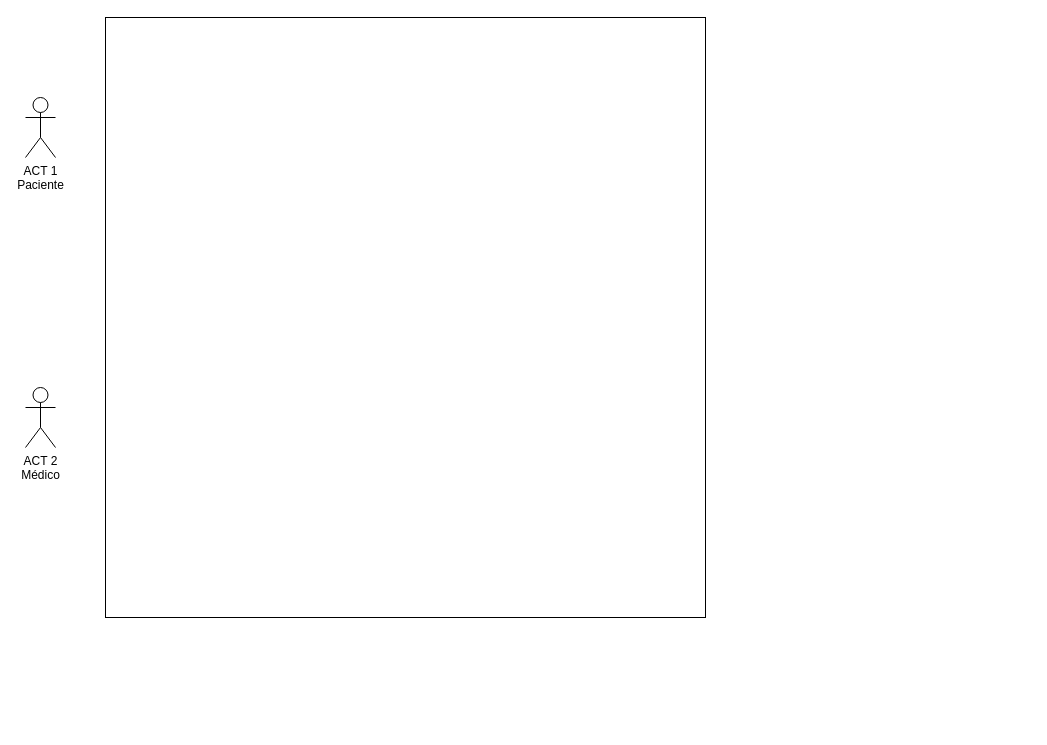
Above: page "CU" (1 of 2) of MET/CU NetDoc.drawio in NeutronBlast/IS-Ex (draw.io), before the change. Source tidied: cells renumbered, new cells numbered last; positions are measured from the earlier drawing's top-left corner, leaving out a move shared by most shapes. Both pictures are drawn from the tidied source at 100%, with x=0, y=0 at pixel (25, 17).
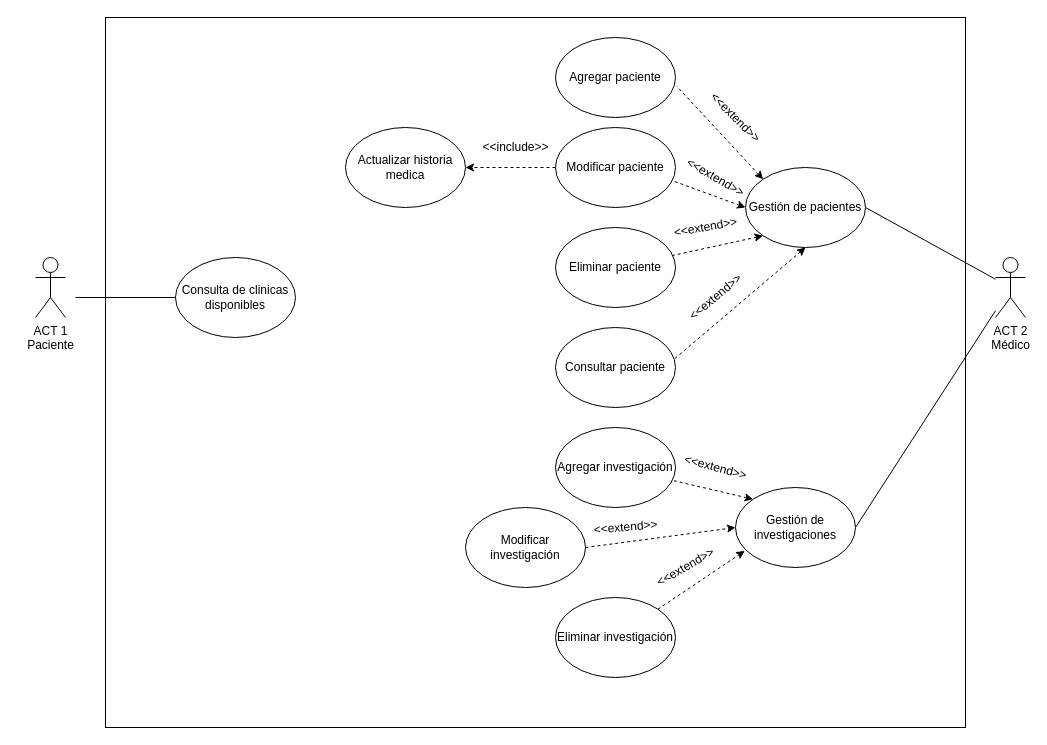
The same page after the edit.

The edit, as a diff of the source:
```diff
@@
     <mxCell id="2" value="ACT 1 &lt;br&gt;Paciente" style="shape=umlActor;verticalLabelPosition=bottom;labelBackgroundColor=#ffffff;verticalAlign=top;html=1;" parent="1" vertex="1">
-      <mxGeometry y="80" width="30" height="60" as="geometry" />
+      <mxGeometry x="10" y="240" width="30" height="60" as="geometry" />
     </mxCell>
     <mxCell id="3" value="ACT 2&lt;br&gt;Médico" style="shape=umlActor;verticalLabelPosition=bottom;labelBackgroundColor=#ffffff;verticalAlign=top;html=1;outlineConnect=0;" parent="1" vertex="1">
-      <mxGeometry y="370" width="30" height="60" as="geometry" />
+      <mxGeometry x="970" y="240" width="30" height="60" as="geometry" />
     </mxCell>
     <mxCell id="4" style="whiteSpace=wrap;html=1;" parent="1" vertex="1">
-      <mxGeometry x="80" width="600" height="600" as="geometry" />
+      <mxGeometry x="80" width="860" height="710" as="geometry" />
     </mxCell>
+    <mxCell id="5" style="rounded=0;jettySize=auto;html=1;exitX=0;exitY=0;exitDx=0;exitDy=0;endArrow=none;endFill=0;startArrow=classic;startFill=1;dashed=1;" parent="1" edge="1" source="7" target="24">
+      <mxGeometry relative="1" as="geometry" />
+    </mxCell>
+    <mxCell id="6" style="edgeStyle=none;rounded=0;jettySize=auto;html=1;exitX=1;exitY=0.5;exitDx=0;exitDy=0;startArrow=none;startFill=0;endArrow=none;endFill=0;" parent="1" edge="1" source="7" target="3">
+      <mxGeometry relative="1" as="geometry" />
+    </mxCell>
+    <mxCell id="7" value="Gestión de investigaciones" style="ellipse;whiteSpace=wrap;html=1;" parent="1" vertex="1">
+      <mxGeometry x="710" y="470" width="120" height="80" as="geometry" />
+    </mxCell>
+    <mxCell id="8" style="edgeStyle=none;rounded=0;jettySize=auto;html=1;exitX=0;exitY=0;exitDx=0;exitDy=0;entryX=1.01;entryY=0.608;entryDx=0;entryDy=0;entryPerimeter=0;dashed=1;startArrow=classic;startFill=1;endArrow=none;endFill=0;" parent="1" edge="1" source="13" target="19">
+      <mxGeometry relative="1" as="geometry" />
+    </mxCell>
+    <mxCell id="9" style="edgeStyle=none;rounded=0;jettySize=auto;html=1;exitX=0;exitY=0.5;exitDx=0;exitDy=0;entryX=0.99;entryY=0.673;entryDx=0;entryDy=0;entryPerimeter=0;dashed=1;startArrow=classic;startFill=1;endArrow=none;endFill=0;" parent="1" edge="1" source="13" target="21">
+      <mxGeometry relative="1" as="geometry" />
+    </mxCell>
+    <mxCell id="10" style="edgeStyle=none;rounded=0;jettySize=auto;html=1;exitX=0;exitY=1;exitDx=0;exitDy=0;dashed=1;startArrow=classic;startFill=1;endArrow=none;endFill=0;" parent="1" edge="1" source="13" target="17">
+      <mxGeometry relative="1" as="geometry" />
+    </mxCell>
+    <mxCell id="11" style="edgeStyle=none;rounded=0;jettySize=auto;html=1;exitX=0.5;exitY=1;exitDx=0;exitDy=0;entryX=0.983;entryY=0.403;entryDx=0;entryDy=0;entryPerimeter=0;dashed=1;startArrow=classic;startFill=1;endArrow=none;endFill=0;" parent="1" edge="1" source="13" target="18">
+      <mxGeometry relative="1" as="geometry" />
+    </mxCell>
+    <mxCell id="12" style="edgeStyle=none;rounded=0;jettySize=auto;html=1;exitX=1;exitY=0.5;exitDx=0;exitDy=0;startArrow=none;startFill=0;endArrow=none;endFill=0;" parent="1" edge="1" source="13" target="3">
+      <mxGeometry relative="1" as="geometry" />
+    </mxCell>
+    <mxCell id="13" value="Gestión de pacientes" style="ellipse;whiteSpace=wrap;html=1;" parent="1" vertex="1">
+      <mxGeometry x="720" y="150" width="120" height="80" as="geometry" />
+    </mxCell>
+    <mxCell id="14" style="edgeStyle=none;rounded=0;jettySize=auto;html=1;exitX=0;exitY=0.5;exitDx=0;exitDy=0;startArrow=none;startFill=0;endArrow=none;endFill=0;" parent="1" edge="1" source="15">
+      <mxGeometry relative="1" as="geometry">
+        <mxPoint x="50" y="280" as="targetPoint" />
+      </mxGeometry>
+    </mxCell>
+    <mxCell id="15" value="Consulta de clinicas disponibles" style="ellipse;whiteSpace=wrap;html=1;" parent="1" vertex="1">
+      <mxGeometry x="150" y="240" width="120" height="80" as="geometry" />
+    </mxCell>
+    <mxCell id="16" value="Actualizar historia medica" style="ellipse;whiteSpace=wrap;html=1;" parent="1" vertex="1">
+      <mxGeometry x="320" y="110" width="120" height="80" as="geometry" />
+    </mxCell>
+    <mxCell id="17" value="Eliminar paciente" style="ellipse;whiteSpace=wrap;html=1;" parent="1" vertex="1">
+      <mxGeometry x="530" y="210" width="120" height="80" as="geometry" />
+    </mxCell>
+    <mxCell id="18" value="Consultar paciente" style="ellipse;whiteSpace=wrap;html=1;" parent="1" vertex="1">
+      <mxGeometry x="530" y="310" width="120" height="80" as="geometry" />
+    </mxCell>
+    <mxCell id="19" value="Agregar paciente" style="ellipse;whiteSpace=wrap;html=1;" parent="1" vertex="1">
+      <mxGeometry x="530" y="20" width="120" height="80" as="geometry" />
+    </mxCell>
+    <mxCell id="20" style="edgeStyle=none;rounded=0;jettySize=auto;html=1;exitX=0;exitY=0.5;exitDx=0;exitDy=0;entryX=1;entryY=0.5;entryDx=0;entryDy=0;dashed=1;startArrow=none;startFill=0;endArrow=classic;endFill=1;" parent="1" edge="1" source="21" target="16">
+      <mxGeometry relative="1" as="geometry" />
+    </mxCell>
+    <mxCell id="21" value="Modificar paciente" style="ellipse;whiteSpace=wrap;html=1;" parent="1" vertex="1">
+      <mxGeometry x="530" y="110" width="120" height="80" as="geometry" />
+    </mxCell>
+    <mxCell id="22" style="edgeStyle=none;rounded=0;jettySize=auto;html=1;entryX=0.077;entryY=0.793;entryDx=0;entryDy=0;entryPerimeter=0;startArrow=none;startFill=0;endArrow=classic;endFill=1;dashed=1;" parent="1" edge="1" source="23" target="7">
+      <mxGeometry relative="1" as="geometry" />
+    </mxCell>
+    <mxCell id="23" value="Eliminar investigación" style="ellipse;whiteSpace=wrap;html=1;" parent="1" vertex="1">
+      <mxGeometry x="530" y="580" width="120" height="80" as="geometry" />
+    </mxCell>
+    <mxCell id="24" value="Agregar investigación" style="ellipse;whiteSpace=wrap;html=1;" parent="1" vertex="1">
+      <mxGeometry x="530" y="410" width="120" height="80" as="geometry" />
+    </mxCell>
+    <mxCell id="25" style="edgeStyle=none;rounded=0;jettySize=auto;html=1;exitX=1;exitY=0.5;exitDx=0;exitDy=0;entryX=0;entryY=0.5;entryDx=0;entryDy=0;startArrow=none;startFill=0;endArrow=classic;endFill=1;dashed=1;" parent="1" edge="1" source="26" target="7">
+      <mxGeometry relative="1" as="geometry" />
+    </mxCell>
+    <mxCell id="26" value="Modificar investigación" style="ellipse;whiteSpace=wrap;html=1;" parent="1" vertex="1">
+      <mxGeometry x="440" y="490" width="120" height="80" as="geometry" />
+    </mxCell>
+    <mxCell id="27" value="&amp;lt;&amp;lt;extend&amp;gt;&amp;gt;" style="text;html=1;align=center;verticalAlign=middle;rotation=-30;" parent="1" vertex="1">
+      <mxGeometry x="620" y="540" width="80" height="20" as="geometry" />
+    </mxCell>
+    <mxCell id="28" value="&amp;lt;&amp;lt;extend&amp;gt;&amp;gt;" style="text;html=1;align=center;verticalAlign=middle;rotation=-5;" parent="1" vertex="1">
+      <mxGeometry x="560" y="500" width="80" height="20" as="geometry" />
+    </mxCell>
+    <mxCell id="29" value="&amp;lt;&amp;lt;extend&amp;gt;&amp;gt;" style="text;html=1;align=center;verticalAlign=middle;rotation=15;" parent="1" vertex="1">
+      <mxGeometry x="650" y="440" width="80" height="20" as="geometry" />
+    </mxCell>
+    <mxCell id="30" value="&amp;lt;&amp;lt;extend&amp;gt;&amp;gt;" style="text;html=1;align=center;verticalAlign=middle;rotation=-40;" parent="1" vertex="1">
+      <mxGeometry x="650" y="270" width="80" height="20" as="geometry" />
+    </mxCell>
+    <mxCell id="31" value="&amp;lt;&amp;lt;extend&amp;gt;&amp;gt;" style="text;html=1;align=center;verticalAlign=middle;rotation=-10;" parent="1" vertex="1">
+      <mxGeometry x="640" y="200" width="80" height="20" as="geometry" />
+    </mxCell>
+    <mxCell id="32" value="&amp;lt;&amp;lt;extend&amp;gt;&amp;gt;" style="text;html=1;align=center;verticalAlign=middle;rotation=45;" parent="1" vertex="1">
+      <mxGeometry x="670" y="90" width="80" height="20" as="geometry" />
+    </mxCell>
+    <mxCell id="33" value="&amp;lt;&amp;lt;extend&amp;gt;&amp;gt;" style="text;html=1;align=center;verticalAlign=middle;rotation=30;" parent="1" vertex="1">
+      <mxGeometry x="650" y="150" width="80" height="20" as="geometry" />
+    </mxCell>
+    <mxCell id="34" value="&amp;lt;&amp;lt;include&amp;gt;&amp;gt;" style="text;html=1;align=center;verticalAlign=middle;rotation=0;" parent="1" vertex="1">
+      <mxGeometry x="450" y="120" width="80" height="20" as="geometry" />
+    </mxCell>
```
